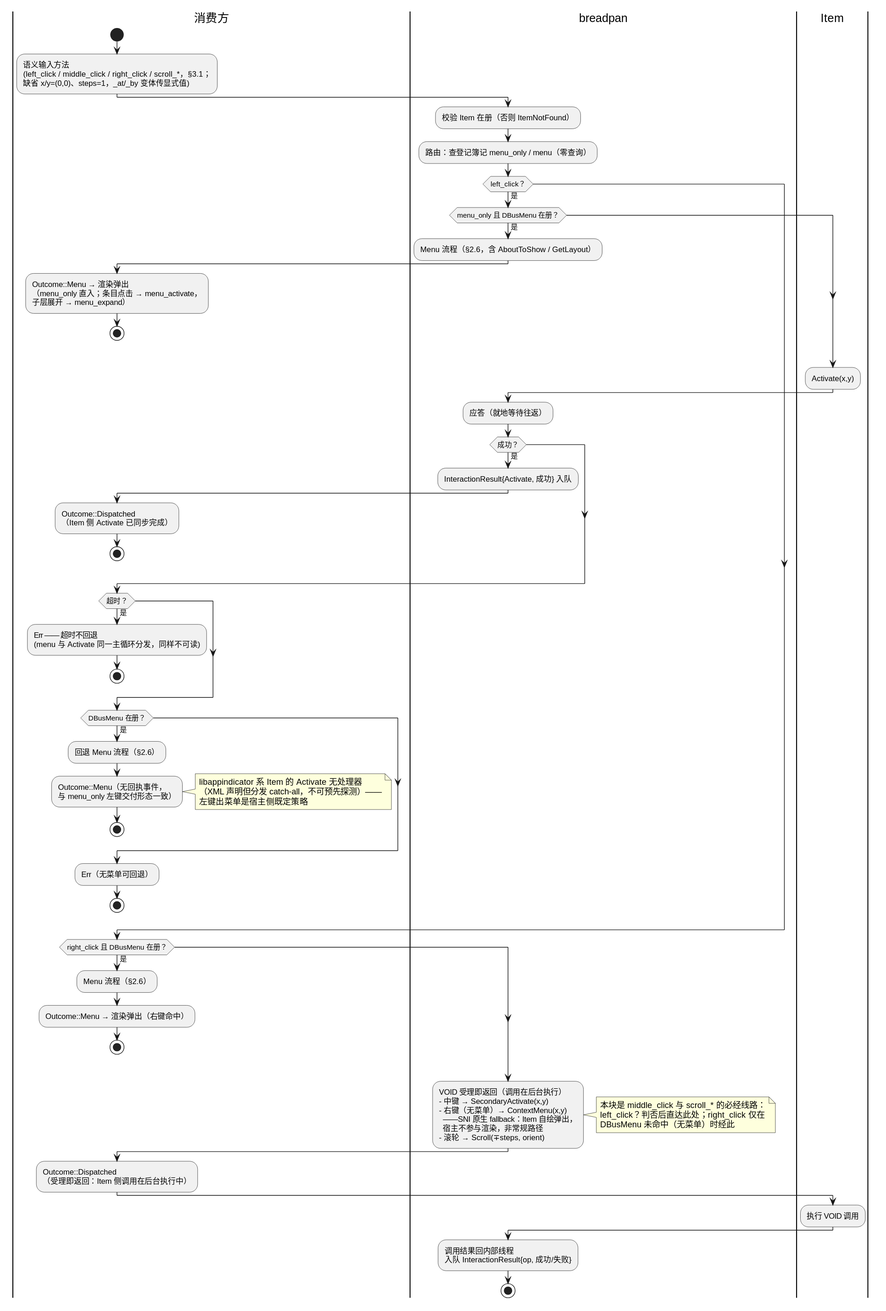
This is breadpan/diagram/breadpan-input-routing.svg from 54m43lJ/BreadKnife, a PlantUML export, as it was before one commit.
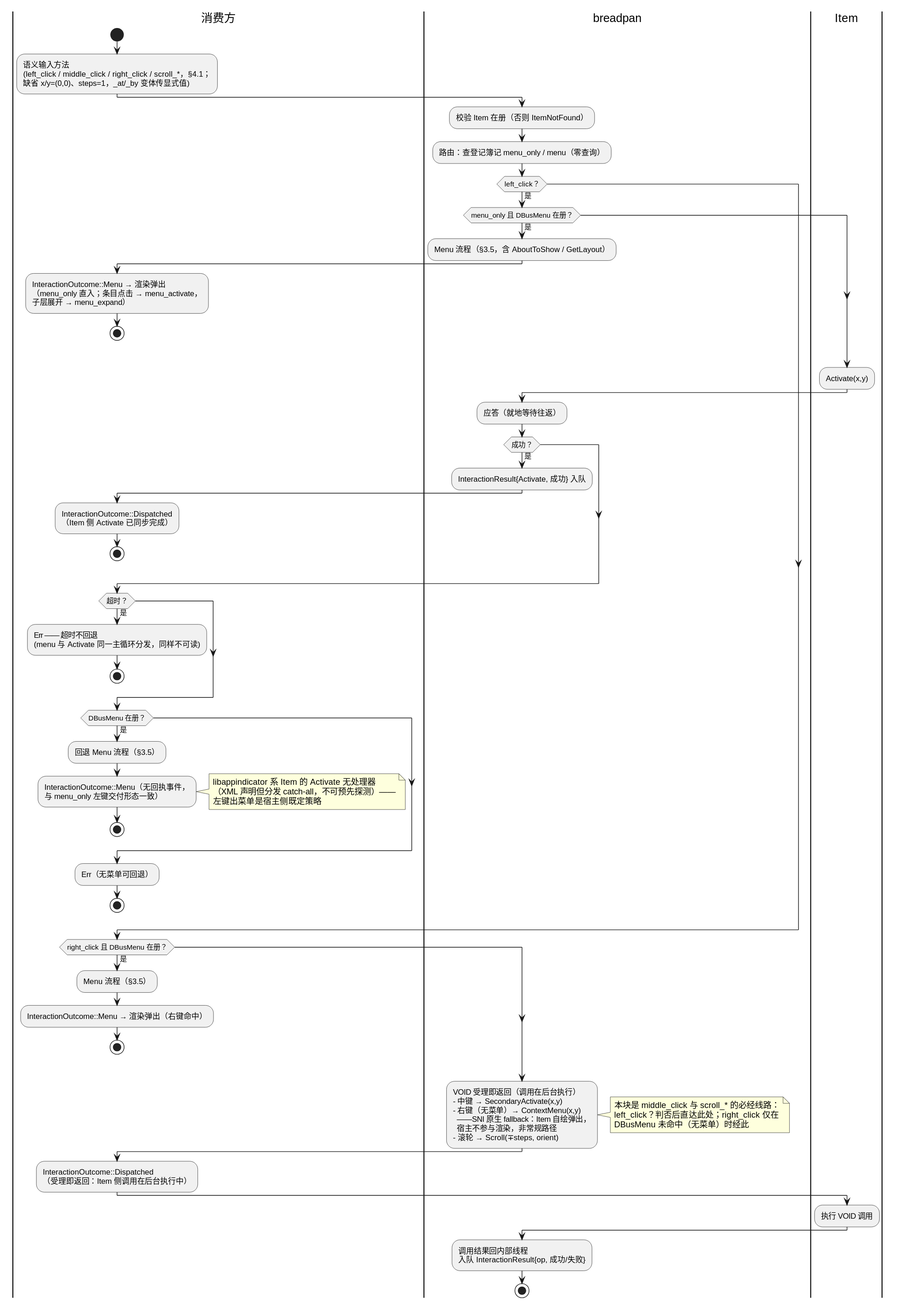
The same diagram one commit later.

Change to the diagram source:
```diff
@@ -2,16 +2,16 @@
 |消费方|
 start
 :语义输入方法
-(left_click / middle_click / right_click / scroll_*，§3.1；
+(left_click / middle_click / right_click / scroll_*，§4.1；
 缺省 x/y=(0,0)、steps=1，_at/_by 变体传显式值);
 |breadpan|
 :校验 Item 在册（否则 ItemNotFound）;
 :路由：查登记簿记 menu_only / menu（零查询）;
 if (left_click？) then (是)
   if (menu_only 且 DBusMenu 在册？) then (是)
-    :Menu 流程（§2.6，含 AboutToShow / GetLayout）;
+    :Menu 流程（§3.5，含 AboutToShow / GetLayout）;
     |消费方|
-    :Outcome::Menu → 渲染弹出
+    :InteractionOutcome::Menu → 渲染弹出
     （menu_only 直入；条目点击 → menu_activate，
     子层展开 → menu_expand）;
     stop
@@ -23,7 +23,7 @@
   if (成功？) then (是)
     :InteractionResult{Activate, 成功} 入队;
     |消费方|
-    :Outcome::Dispatched
+    :InteractionOutcome::Dispatched
     （Item 侧 Activate 已同步完成）;
     stop
   endif
@@ -34,9 +34,9 @@
     stop
   endif
   if (DBusMenu 在册？) then (是)
-    :回退 Menu 流程（§2.6）;
+    :回退 Menu 流程（§3.5）;
     |消费方|
-    :Outcome::Menu（无回执事件，
+    :InteractionOutcome::Menu（无回执事件，
     与 menu_only 左键交付形态一致）;
     note right
       libappindicator 系 Item 的 Activate 无处理器
@@ -50,9 +50,9 @@
   stop
 endif
 if (right_click 且 DBusMenu 在册？) then (是)
-  :Menu 流程（§2.6）;
+  :Menu 流程（§3.5）;
   |消费方|
-  :Outcome::Menu → 渲染弹出（右键命中）;
+  :InteractionOutcome::Menu → 渲染弹出（右键命中）;
   stop
 endif
 |breadpan|
@@ -68,7 +68,7 @@
   DBusMenu 未命中（无菜单）时经此
 end note
 |消费方|
-:Outcome::Dispatched
+:InteractionOutcome::Dispatched
 （受理即返回：Item 侧调用在后台执行中）;
 |Item|
 :执行 VOID 调用;
```
